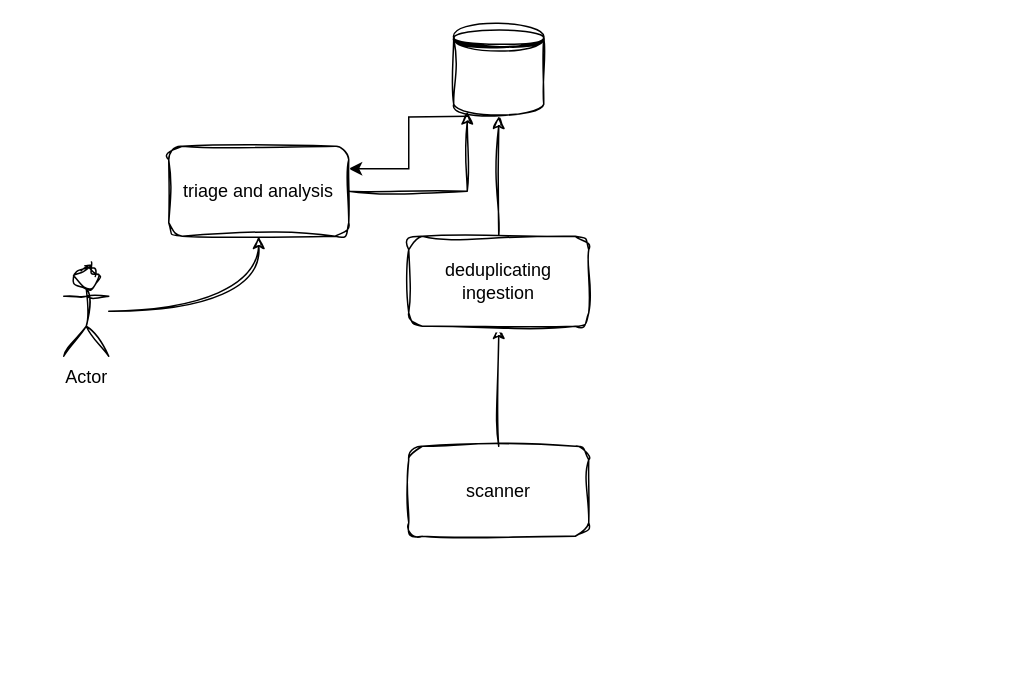
Before: Untitled Diagram.drawio in secknow/sec-kb, a draw.io diagram. Source tidied: cells renumbered, new cells numbered last; positions are measured from the earlier drawing's top-left corner, leaving out a move shared by most shapes. Both pictures are drawn from the tidied source at 150%, with x=0, y=0 at pixel (63, 26).
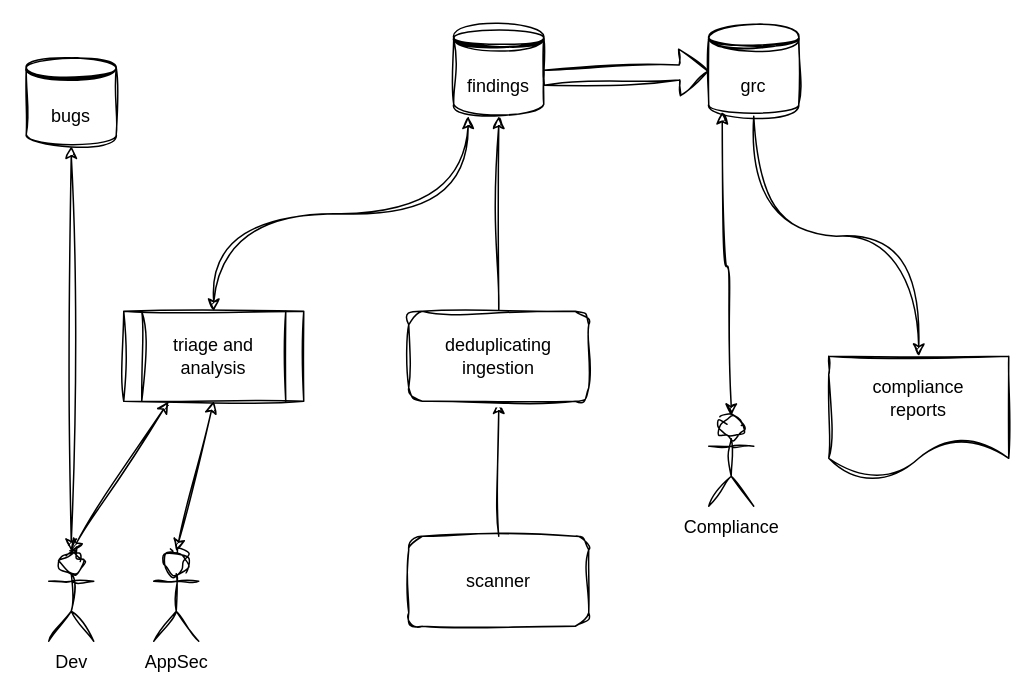
The same diagram, later.

Diff of the diagram source:
```diff
@@
-    <mxCell id="3" style="edgeStyle=orthogonalEdgeStyle;rounded=0;jettySize=auto;html=1;entryX=1;entryY=0.25;entryDx=0;entryDy=0;" parent="1" edge="1" target="10">
-      <mxGeometry relative="1" as="geometry">
-        <mxPoint x="270" y="60" as="sourcePoint" />
-      </mxGeometry>
-    </mxCell>
-    <mxCell id="4" style="shape=datastore;whiteSpace=wrap;html=1;sketch=1;curveFitting=1;jiggle=2;" parent="1" vertex="1">
+    <mxCell id="4" value="findings" style="shape=datastore;whiteSpace=wrap;html=1;sketch=1;curveFitting=1;jiggle=2;" parent="1" vertex="1">
       <mxGeometry x="260" width="60" height="60" as="geometry" />
     </mxCell>
@@
     <mxCell id="6" value="&lt;div&gt;deduplicating&lt;/div&gt;&lt;div&gt;ingestion&lt;br&gt;&lt;/div&gt;" style="rounded=1;whiteSpace=wrap;html=1;sketch=1;curveFitting=1;jiggle=2;" parent="1" vertex="1">
-      <mxGeometry x="230" y="140" width="120" height="60" as="geometry" />
+      <mxGeometry x="230" y="190" width="120" height="60" as="geometry" />
     </mxCell>
     <mxCell id="7" value="scanner" style="rounded=1;whiteSpace=wrap;html=1;sketch=1;curveFitting=1;jiggle=2;" parent="1" vertex="1">
-      <mxGeometry x="230" y="280" width="120" height="60" as="geometry" />
+      <mxGeometry x="230" y="340" width="120" height="60" as="geometry" />
     </mxCell>
-    <mxCell id="8" style="edgeStyle=orthogonalEdgeStyle;rounded=0;jettySize=auto;html=1;entryX=0.5;entryY=1;entryDx=0;entryDy=0;curved=1;sketch=1;curveFitting=1;jiggle=2;" parent="1" edge="1" source="9" target="10">
-      <mxGeometry relative="1" as="geometry" />
-    </mxCell>
-    <mxCell id="9" value="Actor" style="shape=umlActor;verticalLabelPosition=bottom;verticalAlign=top;html=1;outlineConnect=0;sketch=1;curveFitting=1;jiggle=2;" parent="1" vertex="1">
-      <mxGeometry y="160" width="30" height="60" as="geometry" />
+    <mxCell id="9" value="Dev" style="shape=umlActor;verticalLabelPosition=bottom;verticalAlign=top;html=1;outlineConnect=0;sketch=1;curveFitting=1;jiggle=2;" parent="1" vertex="1">
+      <mxGeometry x="-10" y="350" width="30" height="60" as="geometry" />
     </mxCell>
-    <mxCell id="10" value="triage and analysis" style="rounded=1;whiteSpace=wrap;html=1;sketch=1;curveFitting=1;jiggle=2;" parent="1" vertex="1">
-      <mxGeometry x="70" y="80" width="120" height="60" as="geometry" />
+    <mxCell id="10" value="triage and analysis" style="shape=process;whiteSpace=wrap;html=1;backgroundOutline=1;sketch=1;curveFitting=1;jiggle=2;" parent="1" vertex="1">
+      <mxGeometry x="40" y="190" width="120" height="60" as="geometry" />
     </mxCell>
+    <mxCell id="12" value="&lt;div&gt;compliance&lt;/div&gt;&lt;div&gt;reports&lt;br&gt;&lt;/div&gt;" style="shape=document;whiteSpace=wrap;html=1;boundedLbl=1;sketch=1;curveFitting=1;jiggle=2;" parent="1" vertex="1">
+      <mxGeometry x="510" y="220" width="120" height="80" as="geometry" />
+    </mxCell>
-    <mxCell id="11" style="edgeStyle=orthogonalEdgeStyle;rounded=0;jettySize=auto;html=1;entryX=0.15;entryY=0.95;entryDx=0;entryDy=0;entryPerimeter=0;sketch=1;curveFitting=1;jiggle=2;" parent="1" edge="1" source="10" target="4">
+    <mxCell id="11" style="endArrow=classic;startArrow=classic;html=1;rounded=0;entryX=0.16;entryY=1;entryDx=0;entryDy=0;entryPerimeter=0;exitX=0.5;exitY=0;exitDx=0;exitDy=0;edgeStyle=orthogonalEdgeStyle;curved=1;sketch=1;curveFitting=1;jiggle=2;" parent="1" edge="1" source="10" target="4">
       <mxGeometry relative="1" as="geometry" />
     </mxCell>
+    <mxCell id="13" value="AppSec" style="shape=umlActor;verticalLabelPosition=bottom;verticalAlign=top;html=1;outlineConnect=0;sketch=1;curveFitting=1;jiggle=2;" parent="1" vertex="1">
+      <mxGeometry x="60" y="350" width="30" height="60" as="geometry" />
+    </mxCell>
+    <mxCell id="8" style="endArrow=classic;startArrow=classic;html=1;rounded=0;entryX=0.25;entryY=1;entryDx=0;entryDy=0;exitX=0.5;exitY=0;exitDx=0;exitDy=0;exitPerimeter=0;sketch=1;curveFitting=1;jiggle=2;" parent="1" edge="1" source="9" target="10">
+      <mxGeometry relative="1" as="geometry" />
+    </mxCell>
+    <mxCell id="14" style="endArrow=classic;startArrow=classic;html=1;rounded=0;exitX=0.5;exitY=0;exitDx=0;exitDy=0;exitPerimeter=0;entryX=0.5;entryY=1;entryDx=0;entryDy=0;sketch=1;curveFitting=1;jiggle=2;" parent="1" edge="1" source="13" target="10">
+      <mxGeometry relative="1" as="geometry" />
+    </mxCell>
+    <mxCell id="15" value="Compliance" style="shape=umlActor;verticalLabelPosition=bottom;verticalAlign=top;html=1;outlineConnect=0;sketch=1;curveFitting=1;jiggle=2;" parent="1" vertex="1">
+      <mxGeometry x="430" y="260" width="30" height="60" as="geometry" />
+    </mxCell>
+    <mxCell id="16" value="grc" style="shape=datastore;whiteSpace=wrap;html=1;sketch=1;curveFitting=1;jiggle=2;" parent="1" vertex="1">
+      <mxGeometry x="430" width="60" height="60" as="geometry" />
+    </mxCell>
+    <mxCell id="17" value="bugs" style="shape=datastore;whiteSpace=wrap;html=1;sketch=1;curveFitting=1;jiggle=2;" parent="1" vertex="1">
+      <mxGeometry x="-25" y="20" width="60" height="60" as="geometry" />
+    </mxCell>
+    <mxCell id="18" style="endArrow=classic;startArrow=classic;html=1;rounded=0;exitX=0.5;exitY=0;exitDx=0;exitDy=0;exitPerimeter=0;entryX=0.5;entryY=1;entryDx=0;entryDy=0;sketch=1;curveFitting=1;jiggle=2;" parent="1" edge="1" source="9" target="17">
+      <mxGeometry relative="1" as="geometry" />
+    </mxCell>
+    <mxCell id="19" style="endArrow=classic;html=1;rounded=0;sketch=1;hachureGap=4;jiggle=2;curveFitting=1;fontFamily=Architects Daughter;fontSize=16;exitX=0.5;exitY=1;exitDx=0;exitDy=0;entryX=0.5;entryY=0;entryDx=0;entryDy=0;edgeStyle=orthogonalEdgeStyle;curved=1;" parent="1" edge="1" source="16" target="12">
+      <mxGeometry relative="1" as="geometry" />
+    </mxCell>
+    <mxCell id="20" style="endArrow=classic;startArrow=classic;html=1;rounded=0;sketch=1;hachureGap=4;jiggle=2;curveFitting=1;fontFamily=Architects Daughter;fontSize=16;exitX=0.5;exitY=0;exitDx=0;exitDy=0;exitPerimeter=0;entryX=0.15;entryY=0.95;entryDx=0;entryDy=0;entryPerimeter=0;edgeStyle=orthogonalEdgeStyle;curved=1;" parent="1" edge="1" source="15" target="16">
+      <mxGeometry relative="1" as="geometry" />
+    </mxCell>
+    <mxCell id="21" style="shape=flexArrow;endArrow=classic;html=1;rounded=0;sketch=1;hachureGap=4;jiggle=2;curveFitting=1;fontFamily=Architects Daughter;fontSize=16;exitX=0.993;exitY=0.573;exitDx=0;exitDy=0;exitPerimeter=0;entryX=0;entryY=0.5;entryDx=0;entryDy=0;" parent="1" edge="1" source="4" target="16">
+      <mxGeometry relative="1" as="geometry" />
+    </mxCell>
```
